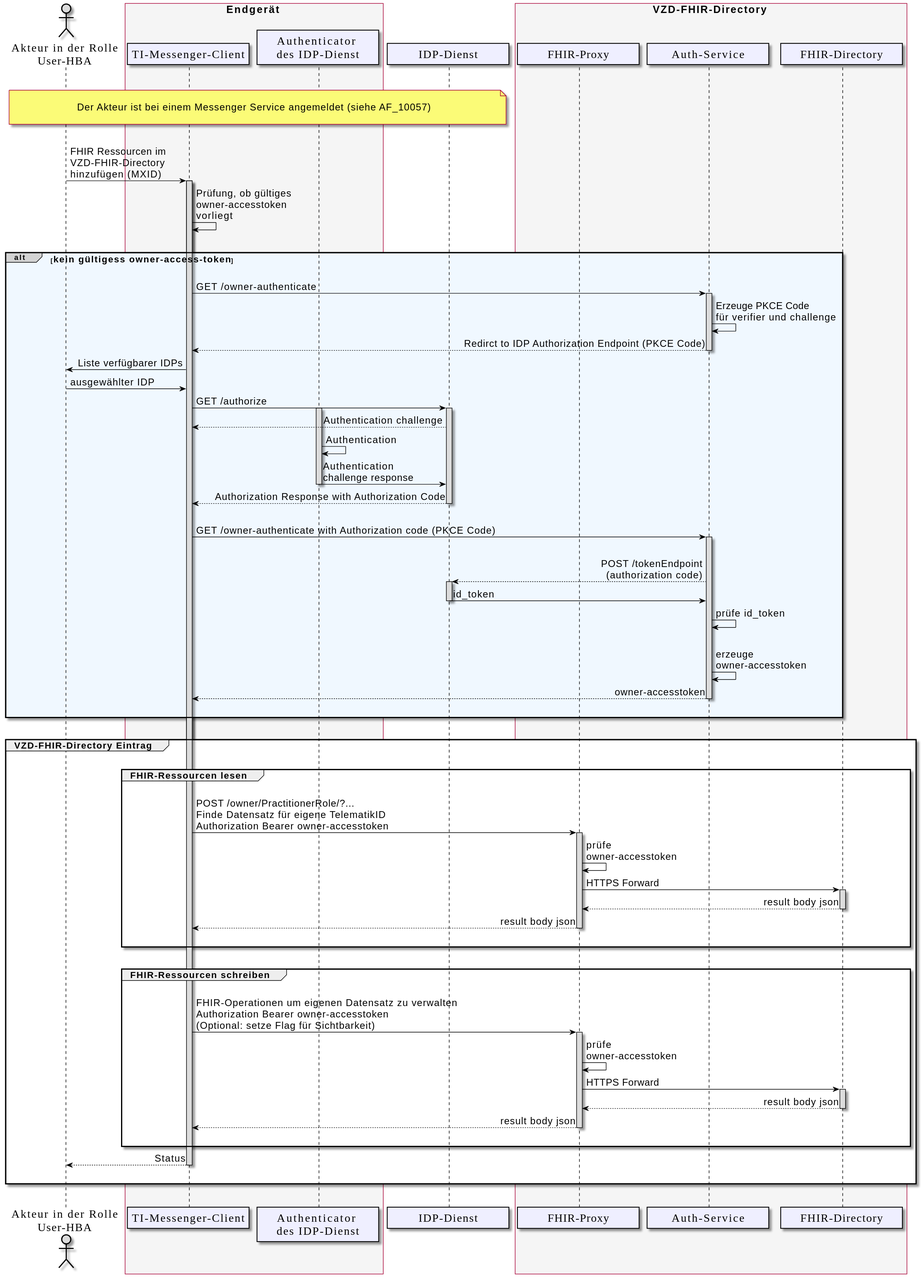
Above: images/diagrams/TI-Messenger-Dienst/Ressourcen/UC_10058_Seq.svg in gematik/api-ti-messenger (PlantUML), before the change. The source it was exported from:
```plantuml
@startuml
skinparam sequenceMessageAlign direction
skinparam minClassWidth 200
skinparam BoxPadding 1
skinparam sequenceReferenceHeaderBackgroundColor palegreen
scale max 2048 width

skinparam sequence {
ArrowColor black
ArrowFontSize 17
ActorBorderColor black
LifeLineBorderColor black
LifeLineBackgroundColor Gainsboro

ParticipantBorderColor Motivation
ParticipantBackgroundColor Motivation
ParticipantFontName Impact
ParticipantFontSize 20
ParticipantFontColor black
ParticipantBorderColor Black
ParticipantBackgroundColor MOTIVATION

ActorBackgroundColor Gainsboro
ActorFontColor black
ActorFontSize 20
ActorFontName Aapex
}
    actor U as "Akteur in der Rolle\nUser-HBA"
    box <size:18>Endgerät</size> #WhiteSmoke
      participant C as "TI-Messenger-Client"
      participant A as "Authenticator \ndes IDP-Dienst"
    end box
    participant I as "IDP-Dienst"
    box <size:18>VZD-FHIR-Directory</size> #WhiteSmoke
      participant FP as "FHIR-Proxy"
      participant Auth as "Auth-Service"
      participant VZD as "FHIR-Directory"
    end box

|||
note over U, I: \n<size:17>Der Akteur ist bei einem Messenger Service angemeldet (siehe AF_10057)</size>\n
|||

U->C: FHIR Ressourcen im \nVZD-FHIR-Directory \nhinzufügen (MXID)
  Activate C
C->C: Prüfung, ob gültiges \nowner-accesstoken \nvorliegt

|||
alt#LightGrey #AliceBlue <size:16>kein gültigess owner-access-token</size>
|||

  C->Auth: GET /owner-authenticate
    Activate Auth
  Auth->Auth: Erzeuge PKCE Code \nfür verifier und challenge
  Auth-->C: Redirct to IDP Authorization Endpoint (PKCE Code)
    Deactivate Auth

  C->U: Liste verfügbarer IDPs
  U->C: ausgewählter IDP

  C->I: GET /authorize
    Activate A
    Activate I
  I-->C: Authentication challenge
  A->A: Authentication
  A->I: Authentication \nchallenge response
    Deactivate A
  I-->C: Authorization Response with Authorization Code
    Deactivate I

  |||
  C->Auth: GET /owner-authenticate with Authorization code (PKCE Code)
    Activate Auth
  |||
  Auth-->I: POST /tokenEndpoint\n(authorization code)
    Activate I
  I->Auth: id_token
    Deactivate I
  Auth->Auth: prüfe id_token
  |||
  Auth->Auth: erzeuge \nowner-accesstoken
  Auth-->C: owner-accesstoken
    Deactivate Auth
  |||
end

|||

group <size:16>VZD-FHIR-Directory Eintrag</size>
  |||
  group <size:16>FHIR-Ressourcen lesen</size>
  |||
  C->FP: POST /owner/PractitionerRole/?... \nFinde Datensatz für eigene TelematikID \nAuthorization Bearer owner-accesstoken
    Activate FP
  FP->FP: prüfe \nowner-accesstoken
  FP->VZD: HTTPS Forward
    Activate VZD
  VZD-->FP: result body json
    Deactivate VZD
  FP-->C: result body json
    Deactivate FP
  |||
  end

  |||
  group <size:16>FHIR-Ressourcen schreiben</size>
  |||
  C->FP: FHIR-Operationen um eigenen Datensatz zu verwalten \nAuthorization Bearer owner-accesstoken \n(Optional: setze Flag für Sichtbarkeit)
    Activate FP
  FP->FP: prüfe \nowner-accesstoken
  FP->VZD: HTTPS Forward
    Activate VZD
  VZD-->FP: result body json
    Deactivate VZD
  FP-->C: result body json
    Deactivate FP

  |||
  end

  C-->U: Status
    Deactivate C
  |||
end
|||

  Deactivate C
@enduml
```
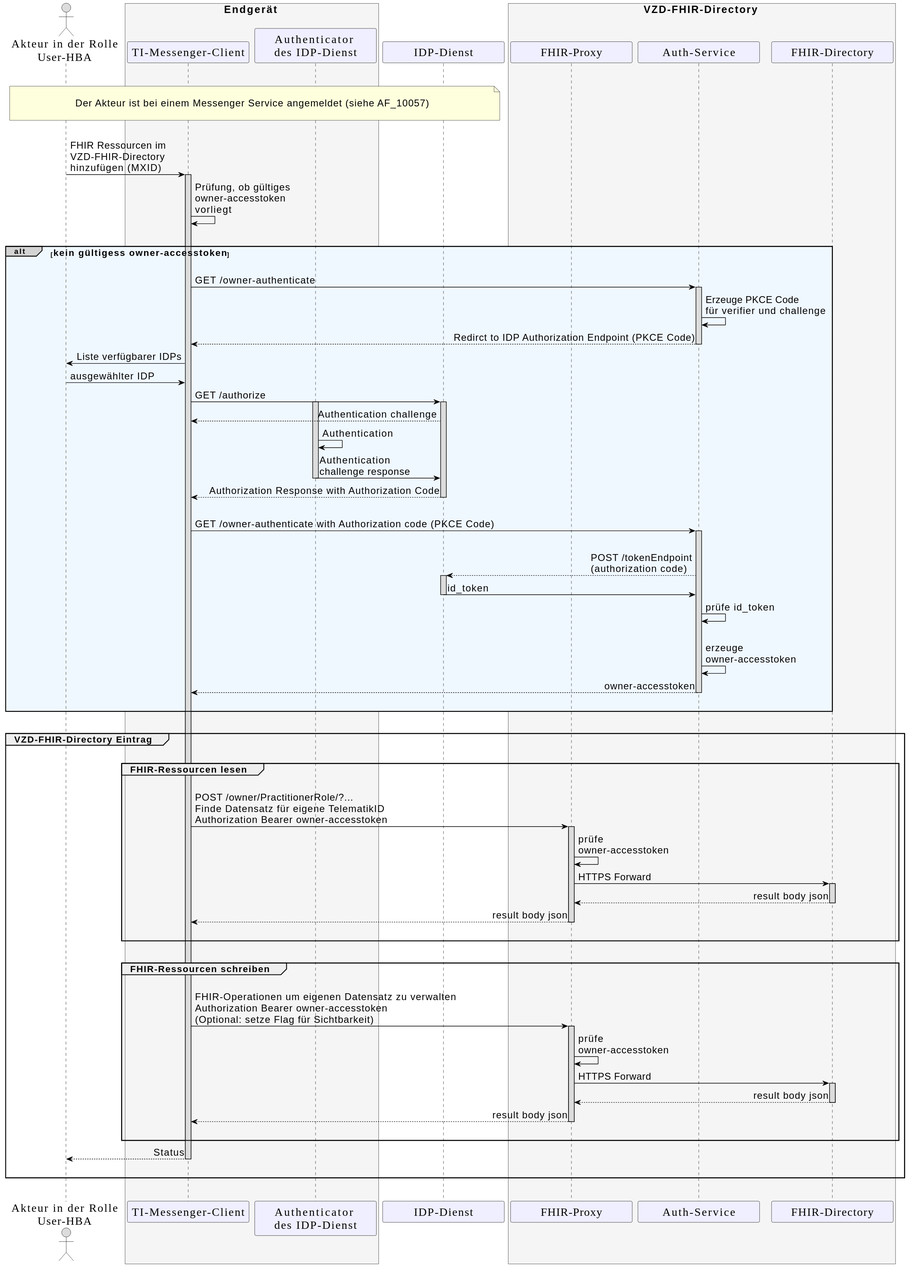
The same diagram one commit later.

Change to the diagram source:
```diff
@@ -46,7 +46,7 @@
 C->C: Prüfung, ob gültiges \nowner-accesstoken \nvorliegt
 
 |||
-alt#LightGrey #AliceBlue <size:16>kein gültigess owner-access-token</size>
+alt#LightGrey #AliceBlue <size:16>kein gültigess owner-accesstoken</size>
 |||
 
   C->Auth: GET /owner-authenticate
```
